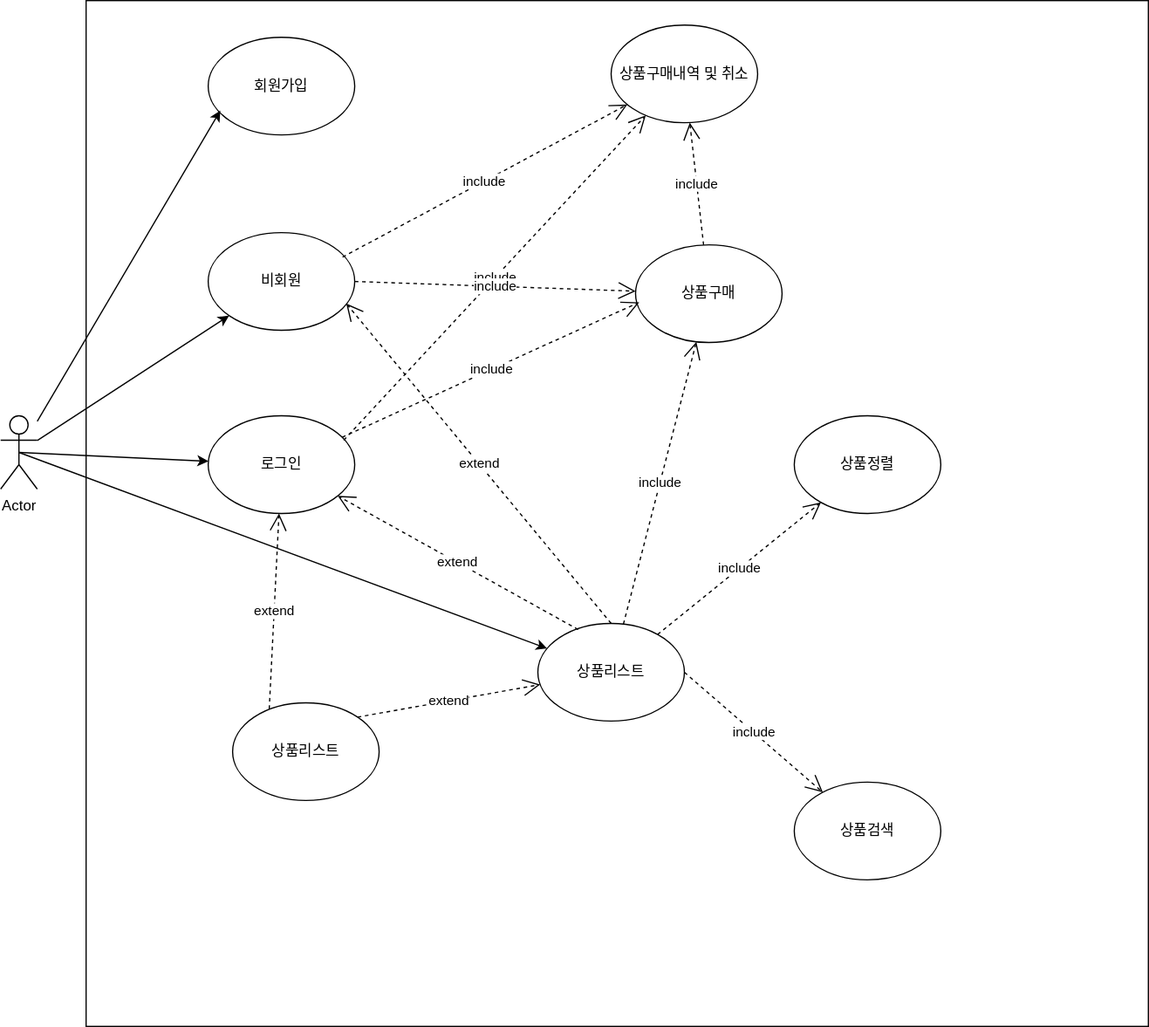
Before: 제목 없는 다이어그램.drawio.svg, a diagram exported from draw.io (pjw0808/portfolio). Source tidied: cells renumbered, new cells last; positions are measured from the earlier drawing's top-left corner, leaving out a move shared by most shapes.
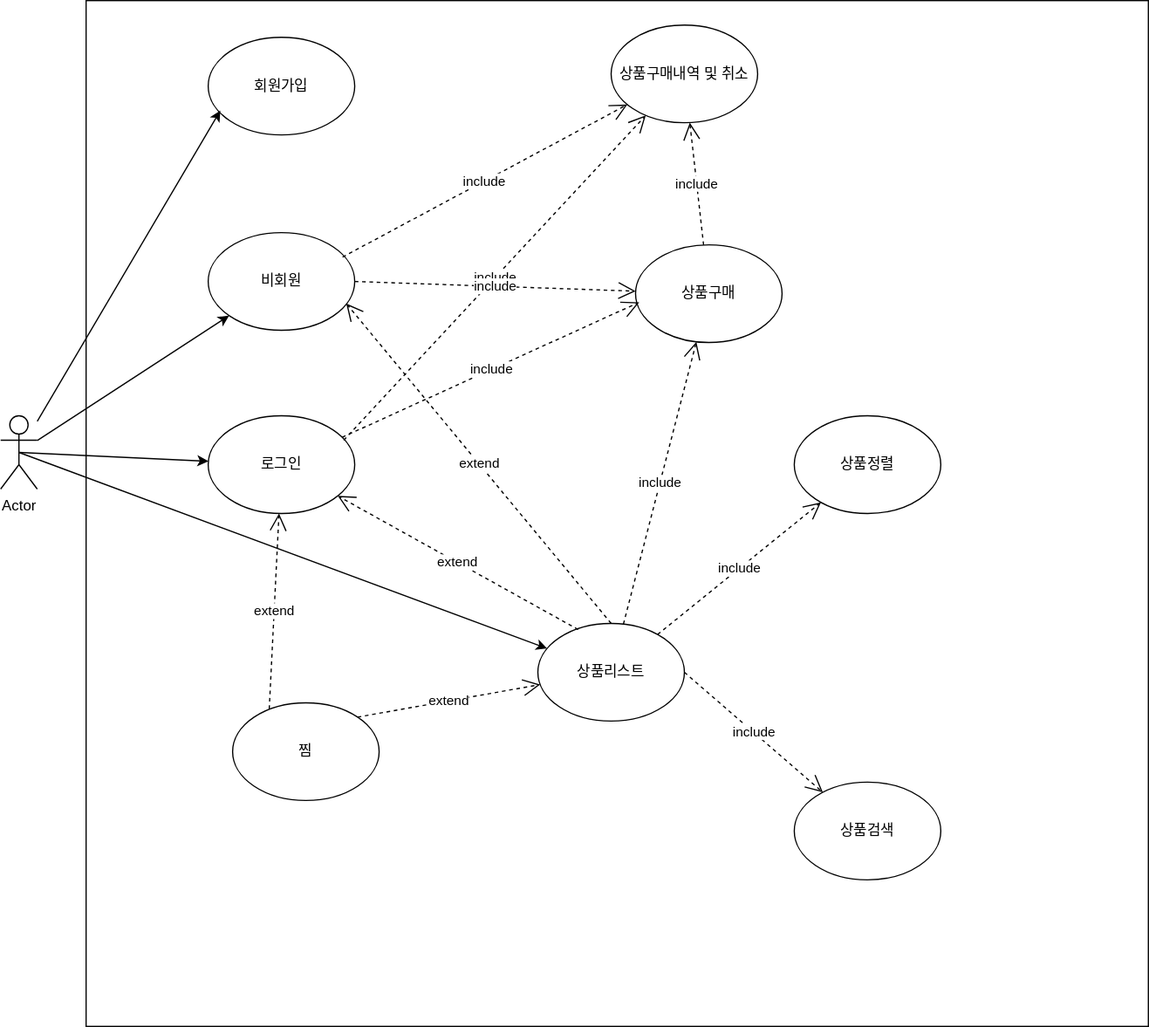
The same diagram one commit later.

Commit message:
제목 없는 다이어그램.drawio.svg 업데이트

Diff of the diagram source:
```diff
@@ -74,7 +74,7 @@
     <mxCell id="25" value="include" style="endArrow=open;endSize=12;dashed=1;html=1;rounded=0;exitX=1;exitY=0.5;exitDx=0;exitDy=0;" parent="1" edge="1" source="8" target="24">
       <mxGeometry relative="1" as="geometry" />
     </mxCell>
-    <mxCell id="26" value="상품리스트" style="ellipse;whiteSpace=wrap;html=1;" parent="1" vertex="1">
+    <mxCell id="26" value="찜" style="ellipse;whiteSpace=wrap;html=1;" parent="1" vertex="1">
       <mxGeometry x="190" y="575" width="120" height="80" as="geometry" />
     </mxCell>
     <mxCell id="27" value="extend" style="endArrow=open;endSize=12;dashed=1;html=1;rounded=0;" parent="1" edge="1" target="3">
```
